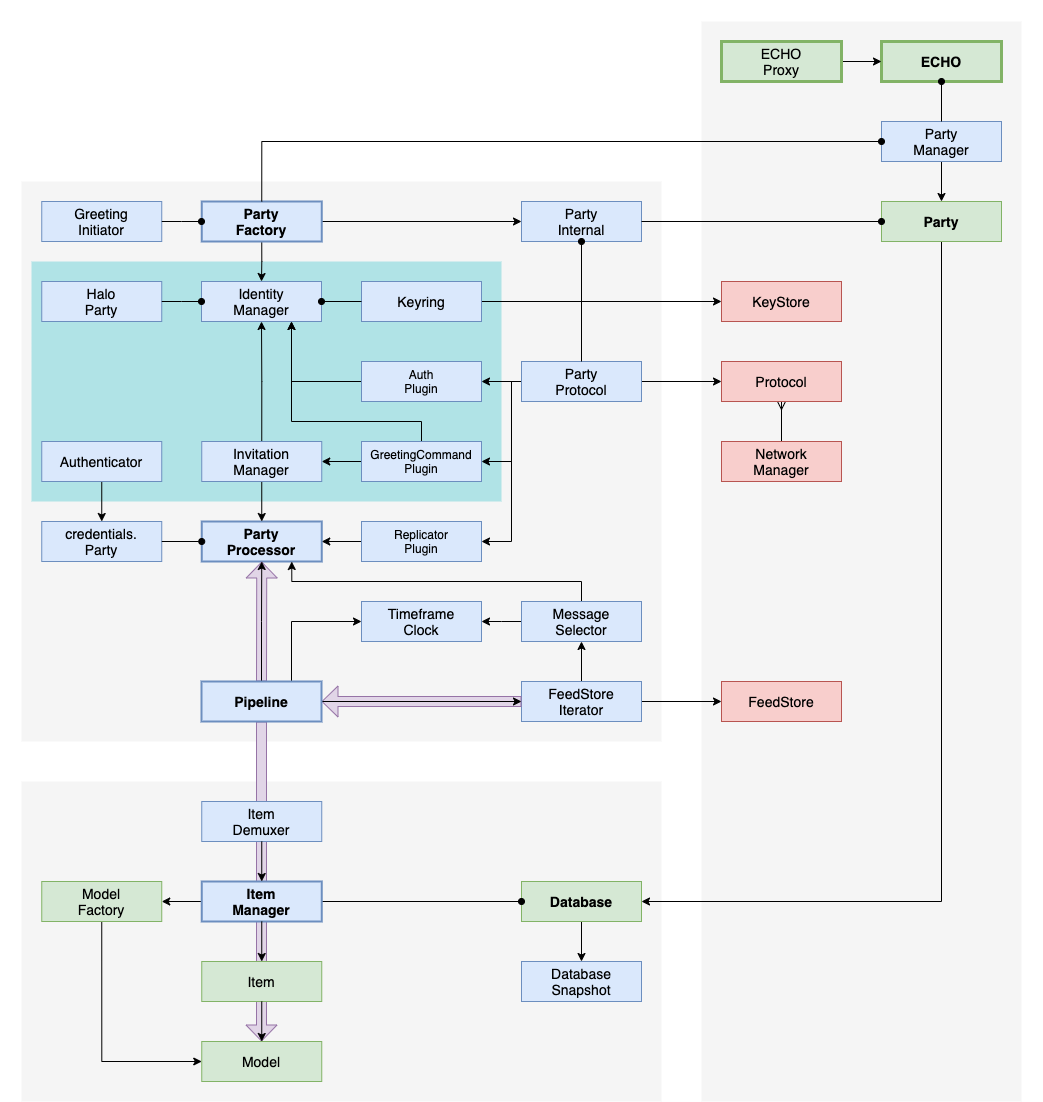
The draw.io diagram docs/diagrams/echo-architecture.png in dxos/dxos, before a commit. Source tidied: cells renumbered, new cells last; positions are measured from the earlier drawing's top-left corner, leaving out a move shared by most shapes.
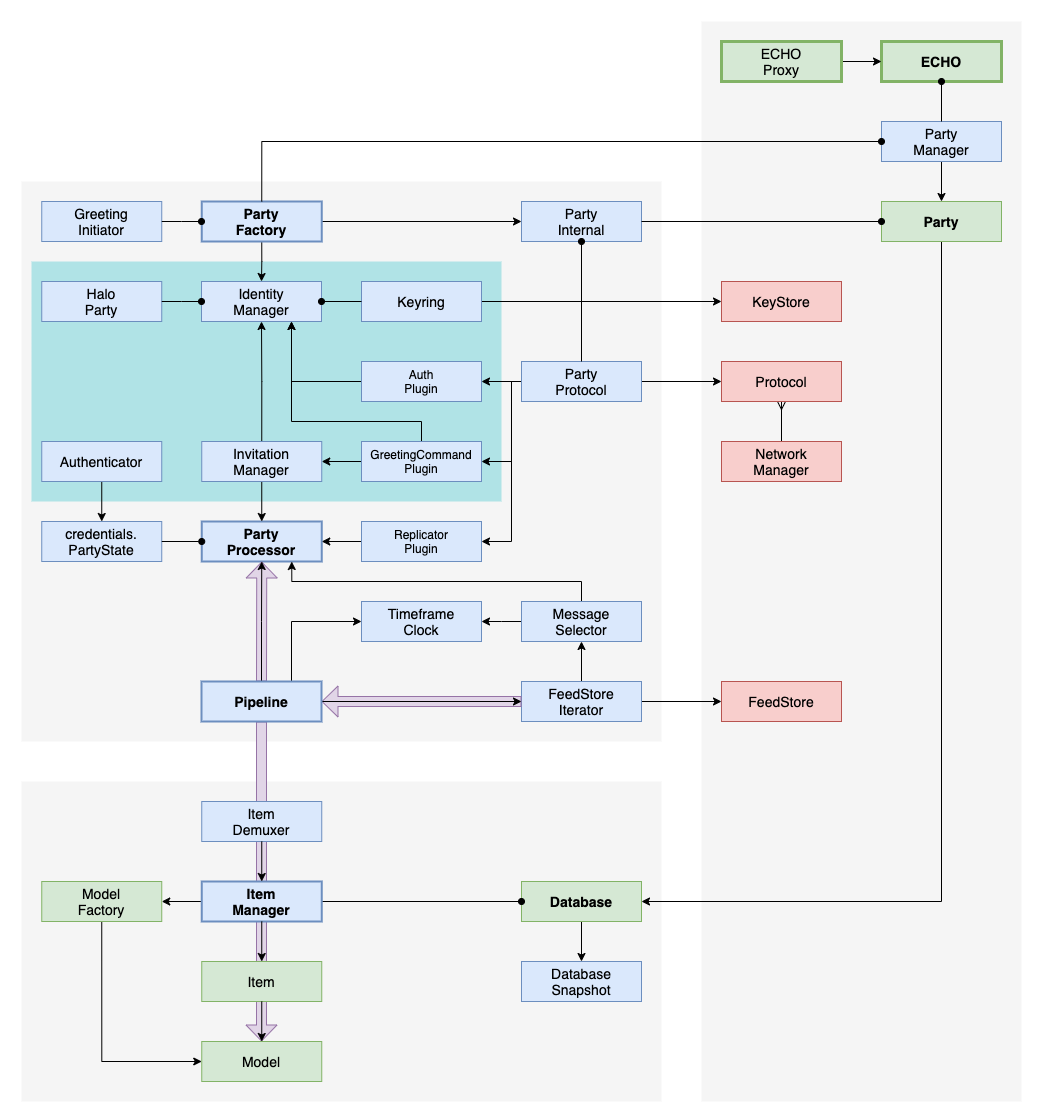
Later version of the same file.

Diff of the diagram source:
```diff
@@ -32,7 +32,7 @@
     <mxCell id="11" value="Party&lt;br&gt;Processor" style="rounded=0;whiteSpace=wrap;html=1;fontSize=14;fontFamily=Helvetica;fillColor=#dae8fc;strokeColor=#6c8ebf;fontStyle=1;strokeWidth=2;" parent="1" vertex="1">
       <mxGeometry x="200.2" y="520" width="120" height="40" as="geometry" />
     </mxCell>
-    <mxCell id="12" value="credentials.&lt;br&gt;Party" style="rounded=0;whiteSpace=wrap;html=1;fontSize=14;fontFamily=Helvetica;fillColor=#dae8fc;strokeColor=#6c8ebf;fontStyle=0;strokeWidth=1;" parent="1" vertex="1">
+    <mxCell id="12" value="credentials.&lt;br&gt;PartyState" style="rounded=0;whiteSpace=wrap;html=1;fontSize=14;fontFamily=Helvetica;fillColor=#dae8fc;strokeColor=#6c8ebf;fontStyle=0;strokeWidth=1;" parent="1" vertex="1">
       <mxGeometry x="40.2" y="520" width="120" height="40" as="geometry" />
     </mxCell>
     <mxCell id="13" value="Timeframe&lt;br&gt;Clock" style="rounded=0;whiteSpace=wrap;html=1;fontSize=14;fontFamily=Helvetica;fillColor=#dae8fc;strokeColor=#6c8ebf;fontStyle=0;strokeWidth=1;" parent="1" vertex="1">
```
